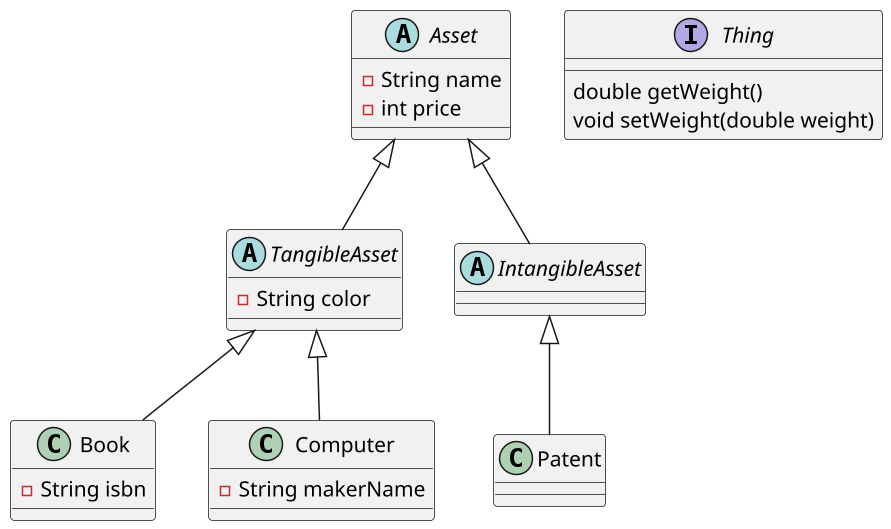
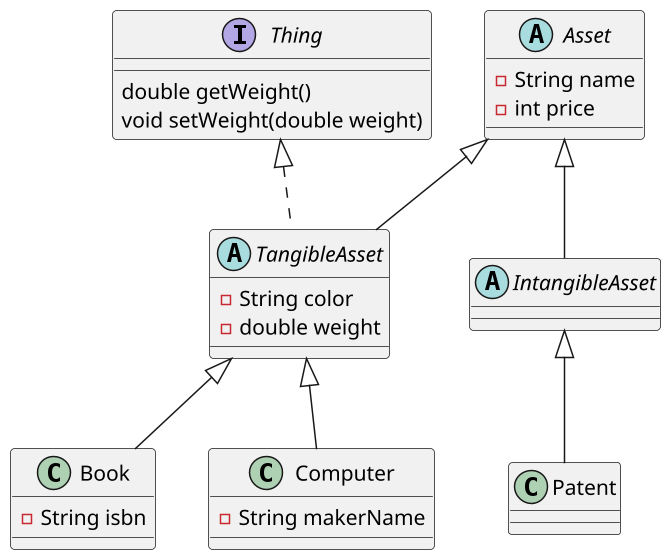
@startuml
'https://plantuml.com/class-diagram

scale 1.5

class Book extends TangibleAsset {
    -String isbn
}

class Computer extends TangibleAsset  {
   -String makerName
}

- abstract class TangibleAsset extends Asset {
+ abstract class TangibleAsset extends Asset implements Thing {
    -String color
+     -double weight
}

abstract class IntangibleAsset extends Asset

class Patent extends IntangibleAsset

interface Thing {
    double getWeight()
    void setWeight(double weight)
}

abstract class Asset {
    -String name
    -int price
}

@enduml